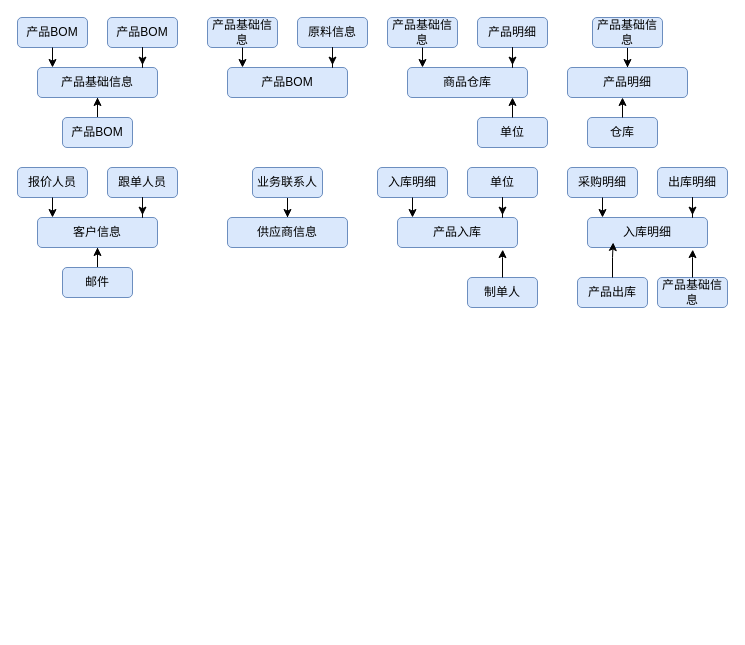
The draw.io diagram ERDiagram.drawio in sbosleo/sbosmobile, before the edit. Source tidied: cells renumbered, new cells numbered last; positions are measured from the earlier drawing's top-left corner, leaving out a move shared by most shapes. Both pictures are drawn from the tidied source at 100%, with x=0, y=0 at pixel (17, 17).
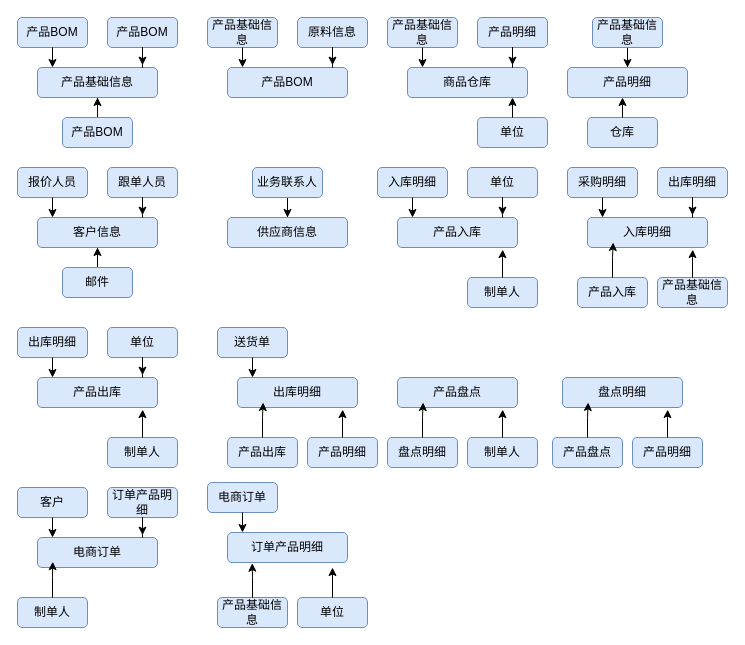
The same page after the edit.

Change to the diagram source:
```diff
@@
-    <mxCell id="49" value="产品出库" style="rounded=1;whiteSpace=wrap;html=1;fillColor=#dae8fc;strokeColor=#6c8ebf;" parent="1" vertex="1">
+    <mxCell id="49" value="产品入库" style="rounded=1;whiteSpace=wrap;html=1;fillColor=#dae8fc;strokeColor=#6c8ebf;" parent="1" vertex="1">
       <mxGeometry x="560" y="260" width="70" height="30" as="geometry" />
     </mxCell>
@@
+    <mxCell id="52" value="出库明细" style="rounded=1;whiteSpace=wrap;html=1;fillColor=#dae8fc;strokeColor=#6c8ebf;" parent="1" vertex="1">
+      <mxGeometry y="310" width="70" height="30" as="geometry" />
+    </mxCell>
+    <mxCell id="53" value="单位" style="rounded=1;whiteSpace=wrap;html=1;fillColor=#dae8fc;strokeColor=#6c8ebf;" parent="1" vertex="1">
+      <mxGeometry x="90" y="310" width="70" height="30" as="geometry" />
+    </mxCell>
+    <mxCell id="54" value="产品出库" style="rounded=1;whiteSpace=wrap;html=1;fillColor=#dae8fc;strokeColor=#6c8ebf;" parent="1" vertex="1">
+      <mxGeometry x="20" y="360" width="120" height="30" as="geometry" />
+    </mxCell>
+    <mxCell id="55" style="edgeStyle=orthogonalEdgeStyle;rounded=0;jettySize=auto;html=1;entryX=0.13;entryY=-0.006;entryDx=0;entryDy=0;entryPerimeter=0;" parent="1" edge="1" source="52" target="54">
+      <mxGeometry relative="1" as="geometry" />
+    </mxCell>
+    <mxCell id="56" style="edgeStyle=orthogonalEdgeStyle;rounded=0;jettySize=auto;html=1;entryX=0.875;entryY=-0.079;entryDx=0;entryDy=0;entryPerimeter=0;" parent="1" edge="1" source="53" target="54">
+      <mxGeometry relative="1" as="geometry" />
+    </mxCell>
+    <mxCell id="57" value="制单人" style="rounded=1;whiteSpace=wrap;html=1;fillColor=#dae8fc;strokeColor=#6c8ebf;" parent="1" vertex="1">
+      <mxGeometry x="90" y="420" width="70" height="30" as="geometry" />
+    </mxCell>
+    <mxCell id="58" style="edgeStyle=orthogonalEdgeStyle;rounded=0;jettySize=auto;html=1;entryX=0.877;entryY=1.07;entryDx=0;entryDy=0;entryPerimeter=0;" parent="1" edge="1" source="57" target="54">
+      <mxGeometry relative="1" as="geometry" />
+    </mxCell>
+    <mxCell id="59" value="送货单" style="rounded=1;whiteSpace=wrap;html=1;fillColor=#dae8fc;strokeColor=#6c8ebf;" parent="1" vertex="1">
+      <mxGeometry x="200" y="310" width="70" height="30" as="geometry" />
+    </mxCell>
+    <mxCell id="60" value="出库明细" style="rounded=1;whiteSpace=wrap;html=1;fillColor=#dae8fc;strokeColor=#6c8ebf;" parent="1" vertex="1">
+      <mxGeometry x="220" y="360" width="120" height="30" as="geometry" />
+    </mxCell>
+    <mxCell id="61" style="edgeStyle=orthogonalEdgeStyle;rounded=0;jettySize=auto;html=1;entryX=0.13;entryY=-0.006;entryDx=0;entryDy=0;entryPerimeter=0;" parent="1" edge="1" source="59" target="60">
+      <mxGeometry relative="1" as="geometry" />
+    </mxCell>
+    <mxCell id="62" value="产品明细" style="rounded=1;whiteSpace=wrap;html=1;fillColor=#dae8fc;strokeColor=#6c8ebf;" parent="1" vertex="1">
+      <mxGeometry x="290" y="420" width="70" height="30" as="geometry" />
+    </mxCell>
+    <mxCell id="63" style="edgeStyle=orthogonalEdgeStyle;rounded=0;jettySize=auto;html=1;entryX=0.877;entryY=1.07;entryDx=0;entryDy=0;entryPerimeter=0;" parent="1" edge="1" source="62" target="60">
+      <mxGeometry relative="1" as="geometry" />
+    </mxCell>
+    <mxCell id="64" value="产品出库" style="rounded=1;whiteSpace=wrap;html=1;fillColor=#dae8fc;strokeColor=#6c8ebf;" parent="1" vertex="1">
+      <mxGeometry x="210" y="420" width="70" height="30" as="geometry" />
+    </mxCell>
+    <mxCell id="65" style="edgeStyle=orthogonalEdgeStyle;rounded=0;jettySize=auto;html=1;entryX=0.214;entryY=0.833;entryDx=0;entryDy=0;entryPerimeter=0;" parent="1" edge="1" source="64" target="60">
+      <mxGeometry relative="1" as="geometry" />
+    </mxCell>
+    <mxCell id="66" value="产品盘点" style="rounded=1;whiteSpace=wrap;html=1;fillColor=#dae8fc;strokeColor=#6c8ebf;" parent="1" vertex="1">
+      <mxGeometry x="380" y="360" width="120" height="30" as="geometry" />
+    </mxCell>
+    <mxCell id="67" value="制单人" style="rounded=1;whiteSpace=wrap;html=1;fillColor=#dae8fc;strokeColor=#6c8ebf;" parent="1" vertex="1">
+      <mxGeometry x="450" y="420" width="70" height="30" as="geometry" />
+    </mxCell>
+    <mxCell id="68" style="edgeStyle=orthogonalEdgeStyle;rounded=0;jettySize=auto;html=1;entryX=0.877;entryY=1.07;entryDx=0;entryDy=0;entryPerimeter=0;" parent="1" edge="1" source="67" target="66">
+      <mxGeometry relative="1" as="geometry" />
+    </mxCell>
+    <mxCell id="69" value="盘点明细" style="rounded=1;whiteSpace=wrap;html=1;fillColor=#dae8fc;strokeColor=#6c8ebf;" parent="1" vertex="1">
+      <mxGeometry x="370" y="420" width="70" height="30" as="geometry" />
+    </mxCell>
+    <mxCell id="70" style="edgeStyle=orthogonalEdgeStyle;rounded=0;jettySize=auto;html=1;entryX=0.214;entryY=0.833;entryDx=0;entryDy=0;entryPerimeter=0;" parent="1" edge="1" source="69" target="66">
+      <mxGeometry relative="1" as="geometry" />
+    </mxCell>
+    <mxCell id="71" value="盘点明细" style="rounded=1;whiteSpace=wrap;html=1;fillColor=#dae8fc;strokeColor=#6c8ebf;" parent="1" vertex="1">
+      <mxGeometry x="545" y="360" width="120" height="30" as="geometry" />
+    </mxCell>
+    <mxCell id="72" value="产品明细" style="rounded=1;whiteSpace=wrap;html=1;fillColor=#dae8fc;strokeColor=#6c8ebf;" parent="1" vertex="1">
+      <mxGeometry x="615" y="420" width="70" height="30" as="geometry" />
+    </mxCell>
+    <mxCell id="73" style="edgeStyle=orthogonalEdgeStyle;rounded=0;jettySize=auto;html=1;entryX=0.877;entryY=1.07;entryDx=0;entryDy=0;entryPerimeter=0;" parent="1" edge="1" source="72" target="71">
+      <mxGeometry relative="1" as="geometry" />
+    </mxCell>
+    <mxCell id="74" value="产品盘点" style="rounded=1;whiteSpace=wrap;html=1;fillColor=#dae8fc;strokeColor=#6c8ebf;" parent="1" vertex="1">
+      <mxGeometry x="535" y="420" width="70" height="30" as="geometry" />
+    </mxCell>
+    <mxCell id="75" style="edgeStyle=orthogonalEdgeStyle;rounded=0;jettySize=auto;html=1;entryX=0.214;entryY=0.833;entryDx=0;entryDy=0;entryPerimeter=0;" parent="1" edge="1" source="74" target="71">
+      <mxGeometry relative="1" as="geometry" />
+    </mxCell>
+    <mxCell id="76" value="客户" style="rounded=1;whiteSpace=wrap;html=1;fillColor=#dae8fc;strokeColor=#6c8ebf;" parent="1" vertex="1">
+      <mxGeometry y="470" width="70" height="30" as="geometry" />
+    </mxCell>
+    <mxCell id="77" value="订单产品明细" style="rounded=1;whiteSpace=wrap;html=1;fillColor=#dae8fc;strokeColor=#6c8ebf;" parent="1" vertex="1">
+      <mxGeometry x="90" y="470" width="70" height="30" as="geometry" />
+    </mxCell>
+    <mxCell id="78" value="电商订单" style="rounded=1;whiteSpace=wrap;html=1;fillColor=#dae8fc;strokeColor=#6c8ebf;" parent="1" vertex="1">
+      <mxGeometry x="20" y="520" width="120" height="30" as="geometry" />
+    </mxCell>
+    <mxCell id="79" style="edgeStyle=orthogonalEdgeStyle;rounded=0;jettySize=auto;html=1;entryX=0.13;entryY=-0.006;entryDx=0;entryDy=0;entryPerimeter=0;" parent="1" edge="1" source="76" target="78">
+      <mxGeometry relative="1" as="geometry" />
+    </mxCell>
+    <mxCell id="80" style="edgeStyle=orthogonalEdgeStyle;rounded=0;jettySize=auto;html=1;entryX=0.875;entryY=-0.079;entryDx=0;entryDy=0;entryPerimeter=0;" parent="1" edge="1" source="77" target="78">
+      <mxGeometry relative="1" as="geometry" />
+    </mxCell>
+    <mxCell id="81" value="制单人" style="rounded=1;whiteSpace=wrap;html=1;fillColor=#dae8fc;strokeColor=#6c8ebf;" parent="1" vertex="1">
+      <mxGeometry y="580" width="70" height="30" as="geometry" />
+    </mxCell>
+    <mxCell id="82" style="edgeStyle=orthogonalEdgeStyle;rounded=0;jettySize=auto;html=1;entryX=0.127;entryY=0.807;entryDx=0;entryDy=0;entryPerimeter=0;" parent="1" edge="1" source="81" target="78">
+      <mxGeometry relative="1" as="geometry" />
+    </mxCell>
+    <mxCell id="83" value="电商订单" style="rounded=1;whiteSpace=wrap;html=1;fillColor=#dae8fc;strokeColor=#6c8ebf;" parent="1" vertex="1">
+      <mxGeometry x="190" y="465" width="70" height="30" as="geometry" />
+    </mxCell>
+    <mxCell id="84" value="订单产品明细" style="rounded=1;whiteSpace=wrap;html=1;fillColor=#dae8fc;strokeColor=#6c8ebf;" parent="1" vertex="1">
+      <mxGeometry x="210" y="515" width="120" height="30" as="geometry" />
+    </mxCell>
+    <mxCell id="85" style="edgeStyle=orthogonalEdgeStyle;rounded=0;jettySize=auto;html=1;entryX=0.13;entryY=-0.006;entryDx=0;entryDy=0;entryPerimeter=0;" parent="1" edge="1" source="83" target="84">
+      <mxGeometry relative="1" as="geometry" />
+    </mxCell>
+    <mxCell id="86" value="产品基础信息" style="rounded=1;whiteSpace=wrap;html=1;fillColor=#dae8fc;strokeColor=#6c8ebf;" parent="1" vertex="1">
+      <mxGeometry x="200" y="580" width="70" height="30" as="geometry" />
+    </mxCell>
+    <mxCell id="87" value="单位" style="rounded=1;whiteSpace=wrap;html=1;fillColor=#dae8fc;strokeColor=#6c8ebf;" parent="1" vertex="1">
+      <mxGeometry x="280" y="580" width="70" height="30" as="geometry" />
+    </mxCell>
+    <mxCell id="88" style="edgeStyle=orthogonalEdgeStyle;rounded=0;jettySize=auto;html=1;entryX=0.206;entryY=1.024;entryDx=0;entryDy=0;entryPerimeter=0;" parent="1" edge="1" source="86" target="84">
+      <mxGeometry relative="1" as="geometry" />
+    </mxCell>
+    <mxCell id="89" style="edgeStyle=orthogonalEdgeStyle;rounded=0;jettySize=auto;html=1;entryX=0.875;entryY=1.167;entryDx=0;entryDy=0;entryPerimeter=0;" parent="1" edge="1" source="87" target="84">
+      <mxGeometry relative="1" as="geometry" />
+    </mxCell>
```
